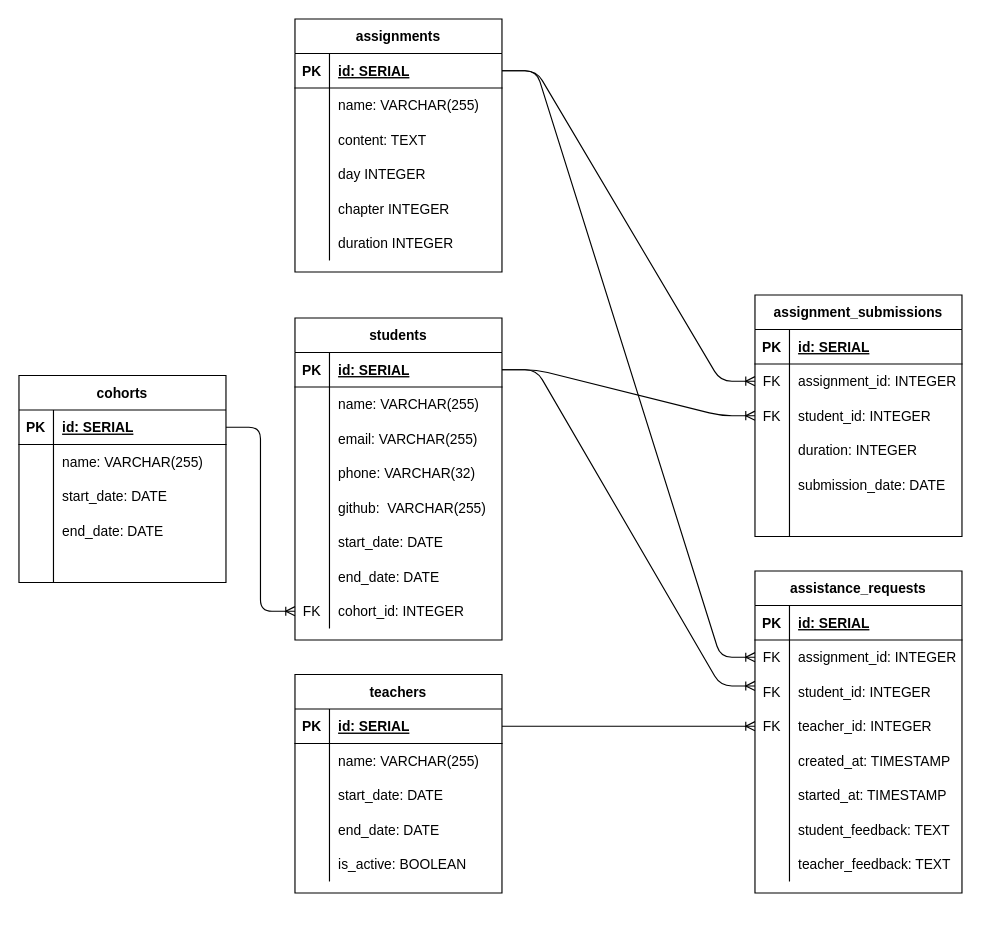
This is assistance requets.drawio from souredoutlook/Bootcampx, a draw.io file, before an edit. Source tidied: cells renumbered, new cells numbered last; positions are measured from the earlier drawing's top-left corner, leaving out a move shared by most shapes. Both pictures are drawn from the tidied source at 115%, with x=0, y=0 at pixel (18, 18).
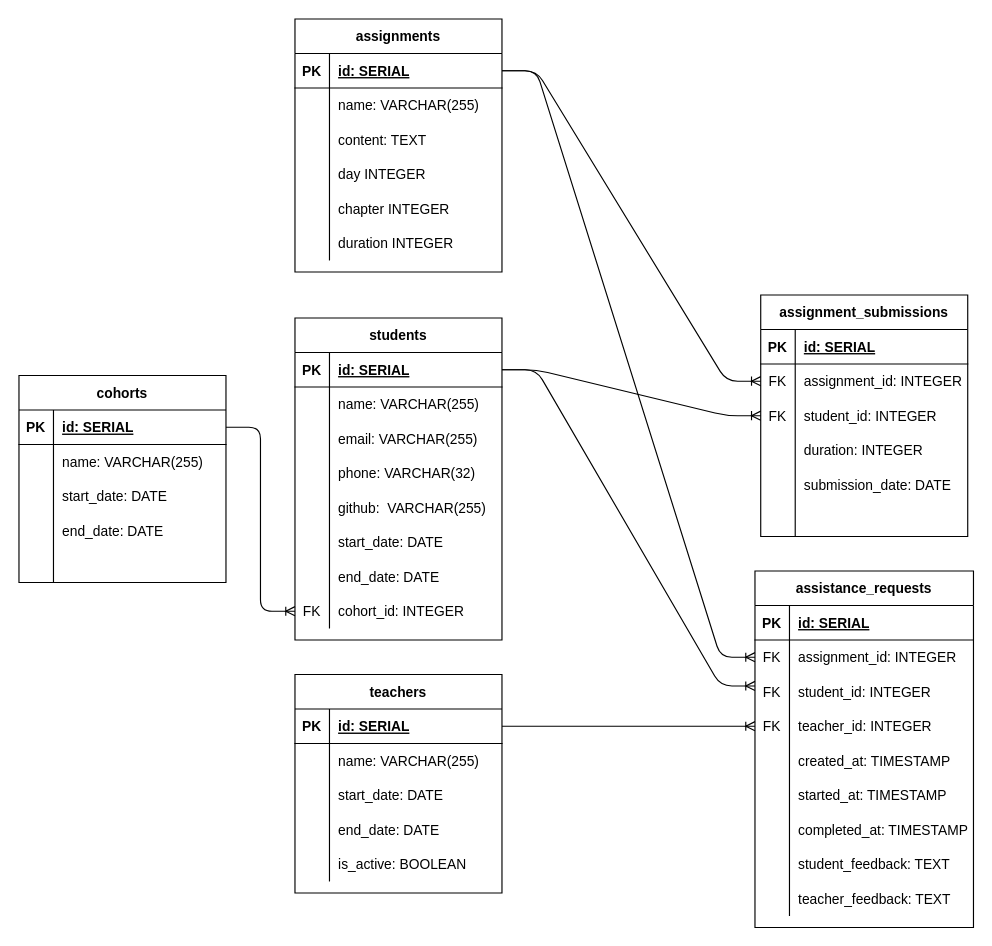
The same page after the edit.

Diff of the diagram source:
```diff
@@
     <mxCell id="19" value="assistance_requests" style="shape=table;startSize=30;childLayout=tableLayout;rowLines=0;fontStyle=1;align=center;" parent="1" vertex="1">
-      <mxGeometry x="640" y="480" width="180" height="280" as="geometry" />
+      <mxGeometry x="640" y="480" width="190" height="310" as="geometry" />
     </mxCell>
     <mxCell id="20" style="shape=partialRectangle;fillColor=none;top=0;left=0;bottom=1;right=0;" parent="19" vertex="1">
-      <mxGeometry y="30" width="180" height="30" as="geometry" />
+      <mxGeometry y="30" width="190" height="30" as="geometry" />
     </mxCell>
@@
     <mxCell id="22" value="id: SERIAL" style="shape=partialRectangle;fillColor=none;top=0;left=0;bottom=0;right=0;align=left;spacingLeft=6;fontStyle=5;overflow=hidden;" parent="20" vertex="1">
-      <mxGeometry x="30" width="150" height="30" as="geometry" />
+      <mxGeometry x="30" width="160" height="30" as="geometry" />
     </mxCell>
     <mxCell id="23" style="shape=partialRectangle;fillColor=none;top=0;left=0;bottom=0;right=0;points=[[0,0.5],[1,0.5]];portConstraint=eastwest;" parent="19" vertex="1">
-      <mxGeometry y="60" width="180" height="30" as="geometry" />
+      <mxGeometry y="60" width="190" height="30" as="geometry" />
     </mxCell>
@@
     <mxCell id="25" value="assignment_id: INTEGER" style="shape=partialRectangle;fillColor=none;top=0;left=0;bottom=0;right=0;align=left;spacingLeft=6;overflow=hidden;" parent="23" vertex="1">
-      <mxGeometry x="30" width="150" height="30" as="geometry" />
+      <mxGeometry x="30" width="160" height="30" as="geometry" />
     </mxCell>
     <mxCell id="26" style="shape=partialRectangle;fillColor=none;top=0;left=0;bottom=0;right=0;" parent="19" vertex="1">
-      <mxGeometry y="90" width="180" height="30" as="geometry" />
+      <mxGeometry y="90" width="190" height="30" as="geometry" />
     </mxCell>
@@
     <mxCell id="28" value="student_id: INTEGER" style="shape=partialRectangle;fillColor=none;top=0;left=0;bottom=0;right=0;align=left;spacingLeft=6;overflow=hidden;" parent="26" vertex="1">
-      <mxGeometry x="30" width="150" height="30" as="geometry" />
+      <mxGeometry x="30" width="160" height="30" as="geometry" />
     </mxCell>
     <mxCell id="29" style="shape=partialRectangle;fillColor=none;top=0;left=0;bottom=0;right=0;points=[[0,0.5],[1,0.5]];portConstraint=eastwest;" parent="19" vertex="1">
-      <mxGeometry y="120" width="180" height="30" as="geometry" />
+      <mxGeometry y="120" width="190" height="30" as="geometry" />
     </mxCell>
@@
     <mxCell id="31" value="teacher_id: INTEGER" style="shape=partialRectangle;fillColor=none;top=0;left=0;bottom=0;right=0;align=left;spacingLeft=6;overflow=hidden;" parent="29" vertex="1">
-      <mxGeometry x="30" width="150" height="30" as="geometry" />
+      <mxGeometry x="30" width="160" height="30" as="geometry" />
     </mxCell>
     <mxCell id="32" style="shape=partialRectangle;fillColor=none;top=0;left=0;bottom=0;right=0;" parent="19" vertex="1">
-      <mxGeometry y="150" width="180" height="30" as="geometry" />
+      <mxGeometry y="150" width="190" height="30" as="geometry" />
     </mxCell>
@@
     <mxCell id="34" value="created_at: TIMESTAMP" style="shape=partialRectangle;fillColor=none;top=0;left=0;bottom=0;right=0;align=left;spacingLeft=6;overflow=hidden;" parent="32" vertex="1">
-      <mxGeometry x="30" width="150" height="30" as="geometry" />
+      <mxGeometry x="30" width="160" height="30" as="geometry" />
     </mxCell>
     <mxCell id="35" style="shape=partialRectangle;fillColor=none;top=0;left=0;bottom=0;right=0;" parent="19" vertex="1">
-      <mxGeometry y="180" width="180" height="30" as="geometry" />
+      <mxGeometry y="180" width="190" height="30" as="geometry" />
     </mxCell>
@@
     <mxCell id="37" value="started_at: TIMESTAMP" style="shape=partialRectangle;fillColor=none;top=0;left=0;bottom=0;right=0;align=left;spacingLeft=6;overflow=hidden;" parent="35" vertex="1">
-      <mxGeometry x="30" width="150" height="30" as="geometry" />
+      <mxGeometry x="30" width="160" height="30" as="geometry" />
     </mxCell>
+    <mxCell id="128" style="shape=partialRectangle;fillColor=none;top=0;left=0;bottom=0;right=0;" parent="19" vertex="1">
+      <mxGeometry y="210" width="190" height="30" as="geometry" />
+    </mxCell>
+    <mxCell id="129" style="shape=partialRectangle;fillColor=none;top=0;left=0;bottom=0;right=0;overflow=hidden;" parent="128" vertex="1">
+      <mxGeometry width="30" height="30" as="geometry" />
+    </mxCell>
+    <mxCell id="130" value="completed_at: TIMESTAMP" style="shape=partialRectangle;fillColor=none;top=0;left=0;bottom=0;right=0;align=left;spacingLeft=6;overflow=hidden;" parent="128" vertex="1">
+      <mxGeometry x="30" width="160" height="30" as="geometry" />
+    </mxCell>
     <mxCell id="38" style="shape=partialRectangle;fillColor=none;top=0;left=0;bottom=0;right=0;" parent="19" vertex="1">
-      <mxGeometry y="210" width="180" height="30" as="geometry" />
+      <mxGeometry y="240" width="190" height="30" as="geometry" />
     </mxCell>
@@
     <mxCell id="40" value="student_feedback: TEXT" style="shape=partialRectangle;fillColor=none;top=0;left=0;bottom=0;right=0;align=left;spacingLeft=6;overflow=hidden;" parent="38" vertex="1">
-      <mxGeometry x="30" width="150" height="30" as="geometry" />
+      <mxGeometry x="30" width="160" height="30" as="geometry" />
     </mxCell>
     <mxCell id="41" style="shape=partialRectangle;fillColor=none;top=0;left=0;bottom=0;right=0;" parent="19" vertex="1">
-      <mxGeometry y="240" width="180" height="30" as="geometry" />
+      <mxGeometry y="270" width="190" height="30" as="geometry" />
     </mxCell>
@@
     <mxCell id="43" value="teacher_feedback: TEXT" style="shape=partialRectangle;fillColor=none;top=0;left=0;bottom=0;right=0;align=left;spacingLeft=6;overflow=hidden;" parent="41" vertex="1">
-      <mxGeometry x="30" width="150" height="30" as="geometry" />
+      <mxGeometry x="30" width="160" height="30" as="geometry" />
     </mxCell>
@@
     <mxCell id="104" value="assignment_submissions" style="shape=table;startSize=30;childLayout=tableLayout;rowLines=0;fontStyle=1;align=center;" parent="1" vertex="1">
-      <mxGeometry x="640" y="240" width="180" height="210" as="geometry" />
+      <mxGeometry x="645" y="240" width="180" height="210" as="geometry" />
     </mxCell>
```
